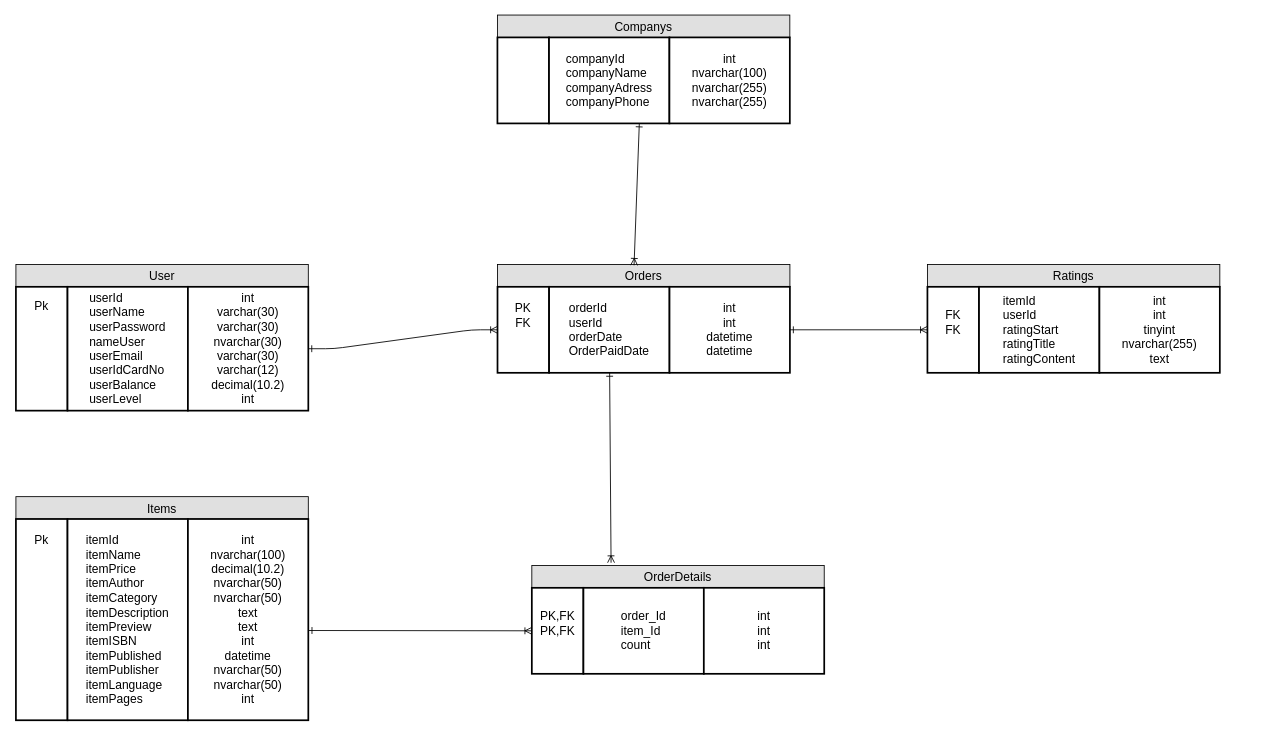
Earlier version of the draw.io diagram Documents/table.drawio (tung120320/E-Book-Order-G02). Source tidied: cells renumbered, new cells numbered last; positions are measured from the earlier drawing's top-left corner, leaving out a move shared by most shapes. Both pictures are drawn from the tidied source at 86%, with x=0, y=0 at pixel (15, 15).
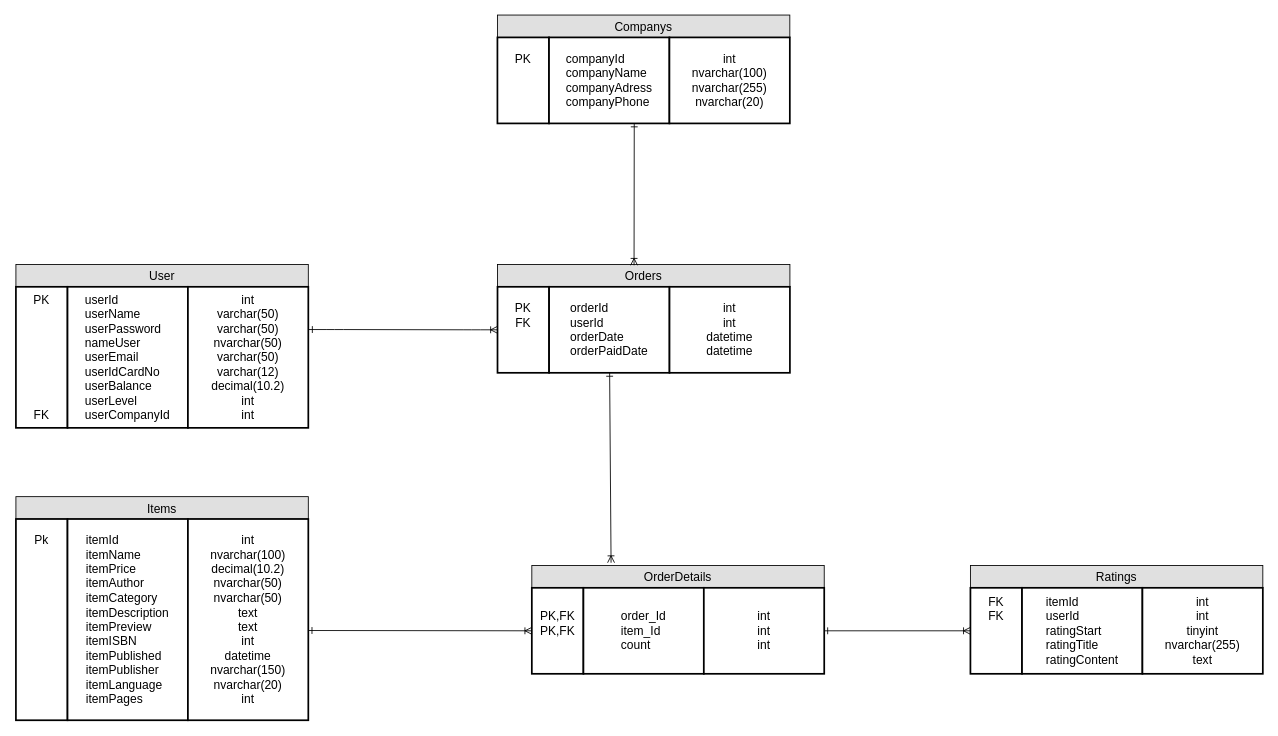
Above is the later version.

Commit message (it also covers changes not shown here):
edit attribute in table and tableDetail

Unchanged cells that the change refers to:
```xml
<mxCell id="6" value="Orders" style="text;align=center;verticalAlign=middle;spacingLeft=4;spacingRight=4;strokeColor=#000000;fillColor=#e0e0e0;points=[[0,0.5],[1,0.5]];portConstraint=eastwest;fontSize=14;" parent="1" vertex="1">
  <mxGeometry x="560" y="290" width="340" height="26" as="geometry" />
</mxCell>
<mxCell id="7" value="&lt;br&gt;&lt;br&gt;PK&lt;br&gt;FK&lt;br&gt;&lt;br&gt;&lt;br&gt;&lt;br&gt;&lt;br&gt;" style="strokeWidth=2;whiteSpace=wrap;html=1;align=center;fontSize=14;" parent="1" vertex="1">
  <mxGeometry x="560" y="316" width="60" height="100" as="geometry" />
</mxCell>
<mxCell id="9" value="int&lt;br&gt;int&lt;br&gt;datetime&lt;br&gt;datetime&lt;br&gt;" style="strokeWidth=2;whiteSpace=wrap;html=1;align=center;fontSize=14;" parent="1" vertex="1">
  <mxGeometry x="760" y="316" width="140" height="100" as="geometry" />
</mxCell>
<mxCell id="13" value="int&lt;br&gt;int&lt;br&gt;int&lt;br&gt;" style="strokeWidth=2;whiteSpace=wrap;html=1;align=center;fontSize=14;" parent="1" vertex="1">
  <mxGeometry x="799.9" y="666" width="140" height="100" as="geometry" />
</mxCell>
<mxCell id="28" value="&lt;div style=&quot;text-align: left&quot;&gt;&lt;span&gt;companyId&lt;/span&gt;&lt;br&gt;&lt;/div&gt;&lt;div style=&quot;text-align: left&quot;&gt;&lt;span&gt;companyName&lt;/span&gt;&lt;span&gt;&lt;br&gt;&lt;/span&gt;&lt;/div&gt;&lt;div style=&quot;text-align: left&quot;&gt;&lt;span&gt;companyAdress&lt;/span&gt;&lt;span&gt;&lt;br&gt;&lt;/span&gt;&lt;/div&gt;&lt;div style=&quot;text-align: left&quot;&gt;&lt;span&gt;companyPhone&lt;/span&gt;&lt;span&gt;&lt;br&gt;&lt;/span&gt;&lt;/div&gt;" style="strokeWidth=2;whiteSpace=wrap;html=1;align=center;fontSize=14;" parent="1" vertex="1">
  <mxGeometry x="619.9" y="26" width="140" height="100" as="geometry" />
</mxCell>
```

Change to the diagram source:
```diff
@@
-    <mxCell id="3" value="Pk&lt;br&gt;&lt;br&gt;&lt;br&gt;&lt;br&gt;&lt;br&gt;&lt;br&gt;&lt;br&gt;" style="strokeWidth=2;whiteSpace=wrap;html=1;align=center;fontSize=14;" parent="1" vertex="1">
-      <mxGeometry y="316" width="60" height="144" as="geometry" />
+    <mxCell id="3" value="PK&lt;br&gt;&lt;br&gt;&lt;br&gt;&lt;br&gt;&lt;br&gt;&lt;br&gt;&lt;br&gt;&lt;br&gt;FK&lt;br&gt;" style="strokeWidth=2;whiteSpace=wrap;html=1;align=center;fontSize=14;" parent="1" vertex="1">
+      <mxGeometry y="316" width="60" height="164" as="geometry" />
     </mxCell>
-    <mxCell id="4" value="&lt;div style=&quot;text-align: left&quot;&gt;&lt;span&gt;userId&lt;/span&gt;&lt;br&gt;&lt;/div&gt;&lt;div style=&quot;text-align: left&quot;&gt;&lt;span&gt;userName&lt;/span&gt;&lt;span&gt;&lt;br&gt;&lt;/span&gt;&lt;/div&gt;&lt;div style=&quot;text-align: left&quot;&gt;&lt;span&gt;userPassword&lt;/span&gt;&lt;span&gt;&lt;br&gt;&lt;/span&gt;&lt;/div&gt;&lt;div style=&quot;text-align: left&quot;&gt;&lt;span&gt;nameUser&lt;/span&gt;&lt;span&gt;&lt;br&gt;&lt;/span&gt;&lt;/div&gt;&lt;div style=&quot;text-align: left&quot;&gt;&lt;span&gt;userEmail&lt;/span&gt;&lt;span&gt;&lt;br&gt;&lt;/span&gt;&lt;/div&gt;&lt;div style=&quot;text-align: left&quot;&gt;&lt;span&gt;userIdCardNo&lt;/span&gt;&lt;span&gt;&lt;br&gt;&lt;/span&gt;&lt;/div&gt;&lt;div style=&quot;text-align: left&quot;&gt;&lt;span&gt;userBalance&lt;/span&gt;&lt;span&gt;&lt;br&gt;&lt;/span&gt;&lt;/div&gt;&lt;div style=&quot;text-align: left&quot;&gt;&lt;span&gt;userLevel&lt;/span&gt;&lt;span&gt;&lt;br&gt;&lt;/span&gt;&lt;/div&gt;" style="strokeWidth=2;whiteSpace=wrap;html=1;align=center;fontSize=14;" parent="1" vertex="1">
-      <mxGeometry x="60" y="316" width="140" height="144" as="geometry" />
+    <mxCell id="4" value="&lt;div style=&quot;text-align: left&quot;&gt;&lt;span&gt;userId&lt;/span&gt;&lt;br&gt;&lt;/div&gt;&lt;div style=&quot;text-align: left&quot;&gt;&lt;span&gt;userName&lt;/span&gt;&lt;span&gt;&lt;br&gt;&lt;/span&gt;&lt;/div&gt;&lt;div style=&quot;text-align: left&quot;&gt;&lt;span&gt;userPassword&lt;/span&gt;&lt;span&gt;&lt;br&gt;&lt;/span&gt;&lt;/div&gt;&lt;div style=&quot;text-align: left&quot;&gt;&lt;span&gt;nameUser&lt;/span&gt;&lt;span&gt;&lt;br&gt;&lt;/span&gt;&lt;/div&gt;&lt;div style=&quot;text-align: left&quot;&gt;&lt;span&gt;userEmail&lt;/span&gt;&lt;span&gt;&lt;br&gt;&lt;/span&gt;&lt;/div&gt;&lt;div style=&quot;text-align: left&quot;&gt;&lt;span&gt;userIdCardNo&lt;/span&gt;&lt;span&gt;&lt;br&gt;&lt;/span&gt;&lt;/div&gt;&lt;div style=&quot;text-align: left&quot;&gt;&lt;span&gt;userBalance&lt;/span&gt;&lt;span&gt;&lt;br&gt;&lt;/span&gt;&lt;/div&gt;&lt;div style=&quot;text-align: left&quot;&gt;&lt;span&gt;userLevel&lt;/span&gt;&lt;span&gt;&lt;br&gt;&lt;/span&gt;&lt;/div&gt;&lt;div style=&quot;text-align: left&quot;&gt;userCompanyId&lt;/div&gt;" style="strokeWidth=2;whiteSpace=wrap;html=1;align=center;fontSize=14;" parent="1" vertex="1">
+      <mxGeometry x="60" y="316" width="140" height="164" as="geometry" />
     </mxCell>
-    <mxCell id="5" value="int&lt;br&gt;varchar(30)&lt;br&gt;varchar(30)&lt;br&gt;nvarchar(30)&lt;br&gt;varchar(30)&lt;br&gt;varchar(12)&lt;br&gt;decimal(10.2)&lt;br&gt;int&lt;br&gt;" style="strokeWidth=2;whiteSpace=wrap;html=1;align=center;fontSize=14;" parent="1" vertex="1">
-      <mxGeometry x="200" y="316" width="140" height="144" as="geometry" />
+    <mxCell id="5" value="int&lt;br&gt;varchar(50)&lt;br&gt;varchar(50)&lt;br&gt;nvarchar(50)&lt;br&gt;varchar(50)&lt;br&gt;varchar(12)&lt;br&gt;decimal(10.2)&lt;br&gt;int&lt;br&gt;int&lt;br&gt;" style="strokeWidth=2;whiteSpace=wrap;html=1;align=center;fontSize=14;" parent="1" vertex="1">
+      <mxGeometry x="200" y="316" width="140" height="164" as="geometry" />
     </mxCell>
@@
-    <mxCell id="8" value="&lt;div style=&quot;text-align: left&quot;&gt;&lt;span&gt;&lt;br&gt;&lt;/span&gt;&lt;/div&gt;&lt;div style=&quot;text-align: left&quot;&gt;&lt;span&gt;orderId&lt;/span&gt;&lt;br&gt;&lt;/div&gt;&lt;div style=&quot;text-align: left&quot;&gt;&lt;span&gt;userId&lt;/span&gt;&lt;span&gt;&lt;br&gt;&lt;/span&gt;&lt;/div&gt;&lt;div style=&quot;text-align: left&quot;&gt;&lt;span&gt;orderDate&lt;/span&gt;&lt;span&gt;&lt;br&gt;&lt;/span&gt;&lt;/div&gt;&lt;div style=&quot;text-align: left&quot;&gt;&lt;span&gt;OrderPaidDate&lt;/span&gt;&lt;span&gt;&lt;br&gt;&lt;/span&gt;&lt;/div&gt;&lt;div style=&quot;text-align: left&quot;&gt;&lt;span&gt;&lt;br&gt;&lt;/span&gt;&lt;/div&gt;" style="strokeWidth=2;whiteSpace=wrap;html=1;align=center;fontSize=14;" parent="1" vertex="1">
+    <mxCell id="8" value="&lt;div style=&quot;text-align: left&quot;&gt;&lt;span&gt;&lt;br&gt;&lt;/span&gt;&lt;/div&gt;&lt;div style=&quot;text-align: left&quot;&gt;&lt;span&gt;orderId&lt;/span&gt;&lt;br&gt;&lt;/div&gt;&lt;div style=&quot;text-align: left&quot;&gt;&lt;span&gt;userId&lt;/span&gt;&lt;span&gt;&lt;br&gt;&lt;/span&gt;&lt;/div&gt;&lt;div style=&quot;text-align: left&quot;&gt;&lt;span&gt;orderDate&lt;/span&gt;&lt;span&gt;&lt;br&gt;&lt;/span&gt;&lt;/div&gt;&lt;div style=&quot;text-align: left&quot;&gt;&lt;span&gt;orderPaidDate&lt;/span&gt;&lt;span&gt;&lt;br&gt;&lt;/span&gt;&lt;/div&gt;&lt;div style=&quot;text-align: left&quot;&gt;&lt;span&gt;&lt;br&gt;&lt;/span&gt;&lt;/div&gt;" style="strokeWidth=2;whiteSpace=wrap;html=1;align=center;fontSize=14;" parent="1" vertex="1">
       <mxGeometry x="620" y="316" width="140" height="100" as="geometry" />
     </mxCell>
@@
-    <mxCell id="17" value="&lt;br&gt;int&lt;br&gt;nvarchar(100)&lt;br&gt;decimal(10.2)&lt;br&gt;nvarchar(50)&lt;br&gt;nvarchar(50)&lt;br&gt;text&lt;br&gt;text&lt;br&gt;int&lt;br&gt;datetime&lt;br&gt;nvarchar(50)&lt;br&gt;nvarchar(50)&lt;br&gt;int&lt;br&gt;&lt;br&gt;" style="strokeWidth=2;whiteSpace=wrap;html=1;align=center;fontSize=14;" parent="1" vertex="1">
+    <mxCell id="17" value="&lt;br&gt;int&lt;br&gt;nvarchar(100)&lt;br&gt;decimal(10.2)&lt;br&gt;nvarchar(50)&lt;br&gt;nvarchar(50)&lt;br&gt;text&lt;br&gt;text&lt;br&gt;int&lt;br&gt;datetime&lt;br&gt;nvarchar(150)&lt;br&gt;nvarchar(20)&lt;br&gt;int&lt;br&gt;&lt;br&gt;" style="strokeWidth=2;whiteSpace=wrap;html=1;align=center;fontSize=14;" parent="1" vertex="1">
       <mxGeometry x="200" y="586" width="140" height="234" as="geometry" />
     </mxCell>
-    <mxCell id="18" style="edgeStyle=entityRelationEdgeStyle;fontSize=12;html=1;endArrow=ERoneToMany;exitX=1;exitY=0.5;exitDx=0;exitDy=0;entryX=0;entryY=0.5;entryDx=0;entryDy=0;startArrow=ERone;startFill=0;" parent="1" edge="1" source="5" target="7">
+    <mxCell id="18" style="edgeStyle=entityRelationEdgeStyle;fontSize=12;html=1;endArrow=ERoneToMany;exitX=1.005;exitY=0.303;exitDx=0;exitDy=0;entryX=0;entryY=0.5;entryDx=0;entryDy=0;startArrow=ERone;startFill=0;exitPerimeter=0;" parent="1" edge="1" source="5" target="7">
       <mxGeometry relative="1" as="geometry" />
     </mxCell>
@@
     <mxCell id="21" value="Ratings" style="text;align=center;verticalAlign=middle;spacingLeft=4;spacingRight=4;strokeColor=#000000;fillColor=#e0e0e0;fontSize=14;" parent="1" vertex="1">
-      <mxGeometry x="1059.9" y="290" width="340" height="26" as="geometry" />
+      <mxGeometry x="1109.9" y="640" width="340" height="26" as="geometry" />
     </mxCell>
-    <mxCell id="22" value="FK&lt;br&gt;FK&lt;br&gt;&lt;br&gt;" style="strokeWidth=2;whiteSpace=wrap;html=1;align=center;fontSize=14;" parent="1" vertex="1">
-      <mxGeometry x="1059.9" y="316" width="60" height="100" as="geometry" />
+    <mxCell id="22" value="FK&lt;br&gt;FK&lt;br&gt;&lt;br&gt;&lt;br&gt;&lt;br&gt;" style="strokeWidth=2;whiteSpace=wrap;html=1;align=center;fontSize=14;" parent="1" vertex="1">
+      <mxGeometry x="1109.9" y="666" width="60" height="100" as="geometry" />
     </mxCell>
     <mxCell id="23" value="&lt;div style=&quot;text-align: left&quot;&gt;&lt;span&gt;itemId&lt;/span&gt;&lt;br&gt;&lt;/div&gt;&lt;div style=&quot;text-align: left&quot;&gt;&lt;span&gt;userId&lt;/span&gt;&lt;span&gt;&lt;br&gt;&lt;/span&gt;&lt;/div&gt;&lt;div style=&quot;text-align: left&quot;&gt;&lt;span&gt;ratingStart&lt;/span&gt;&lt;span&gt;&lt;br&gt;&lt;/span&gt;&lt;/div&gt;&lt;div style=&quot;text-align: left&quot;&gt;&lt;span&gt;ratingTitle&lt;/span&gt;&lt;span&gt;&lt;br&gt;&lt;/span&gt;&lt;/div&gt;&lt;div style=&quot;text-align: left&quot;&gt;&lt;span&gt;ratingContent&lt;/span&gt;&lt;span&gt;&lt;br&gt;&lt;/span&gt;&lt;/div&gt;" style="strokeWidth=2;whiteSpace=wrap;html=1;align=center;fontSize=14;" parent="1" vertex="1">
-      <mxGeometry x="1119.9" y="316" width="140" height="100" as="geometry" />
+      <mxGeometry x="1169.9" y="666" width="140" height="100" as="geometry" />
     </mxCell>
     <mxCell id="24" value="int&lt;br&gt;int&lt;br&gt;tinyint&lt;br&gt;nvarchar(255)&lt;br&gt;text&lt;br&gt;" style="strokeWidth=2;whiteSpace=wrap;html=1;align=center;fontSize=14;" parent="1" vertex="1">
-      <mxGeometry x="1259.9" y="316" width="140" height="100" as="geometry" />
+      <mxGeometry x="1309.9" y="666" width="140" height="100" as="geometry" />
     </mxCell>
-    <mxCell id="25" style="fontSize=12;html=1;endArrow=ERoneToMany;startArrow=ERone;startFill=0;entryX=0;entryY=0.5;entryDx=0;entryDy=0;exitX=1;exitY=0.5;exitDx=0;exitDy=0;" parent="1" edge="1" source="9" target="22">
+    <mxCell id="25" style="fontSize=12;html=1;endArrow=ERoneToMany;startArrow=ERone;startFill=0;entryX=0;entryY=0.5;entryDx=0;entryDy=0;exitX=1;exitY=0.5;exitDx=0;exitDy=0;" parent="1" edge="1" source="13" target="22">
       <mxGeometry relative="1" as="geometry" />
     </mxCell>
@@
-    <mxCell id="27" style="strokeWidth=2;whiteSpace=wrap;html=1;align=center;fontSize=14;" parent="1" vertex="1">
+    <mxCell id="27" value="PK&lt;br&gt;&lt;br&gt;&lt;br&gt;&lt;br&gt;" style="strokeWidth=2;whiteSpace=wrap;html=1;align=center;fontSize=14;" parent="1" vertex="1">
       <mxGeometry x="559.9" y="26" width="60" height="100" as="geometry" />
     </mxCell>
@@
-    <mxCell id="29" value="int&lt;br&gt;nvarchar(100)&lt;br&gt;nvarchar(255)&lt;br&gt;nvarchar(255)&lt;br&gt;" style="strokeWidth=2;whiteSpace=wrap;html=1;align=center;fontSize=14;" parent="1" vertex="1">
+    <mxCell id="29" value="int&lt;br&gt;nvarchar(100)&lt;br&gt;nvarchar(255)&lt;br&gt;nvarchar(20)&lt;br&gt;" style="strokeWidth=2;whiteSpace=wrap;html=1;align=center;fontSize=14;" parent="1" vertex="1">
       <mxGeometry x="759.9" y="26" width="140" height="100" as="geometry" />
     </mxCell>
-    <mxCell id="30" style="fontSize=12;html=1;endArrow=ERoneToMany;startArrow=ERone;startFill=0;entryX=0.467;entryY=0.038;entryDx=0;entryDy=0;exitX=0.75;exitY=1;exitDx=0;exitDy=0;entryPerimeter=0;" parent="1" edge="1" source="28" target="6">
-      <mxGeometry relative="1" as="geometry" />
+    <mxCell id="30" style="fontSize=12;html=1;endArrow=ERoneToMany;startArrow=ERone;startFill=0;entryX=0.467;entryY=0.038;entryDx=0;entryDy=0;entryPerimeter=0;" parent="1" edge="1" target="6">
+      <mxGeometry relative="1" as="geometry">
+        <mxPoint x="719" y="126" as="sourcePoint" />
+      </mxGeometry>
     </mxCell>
```
